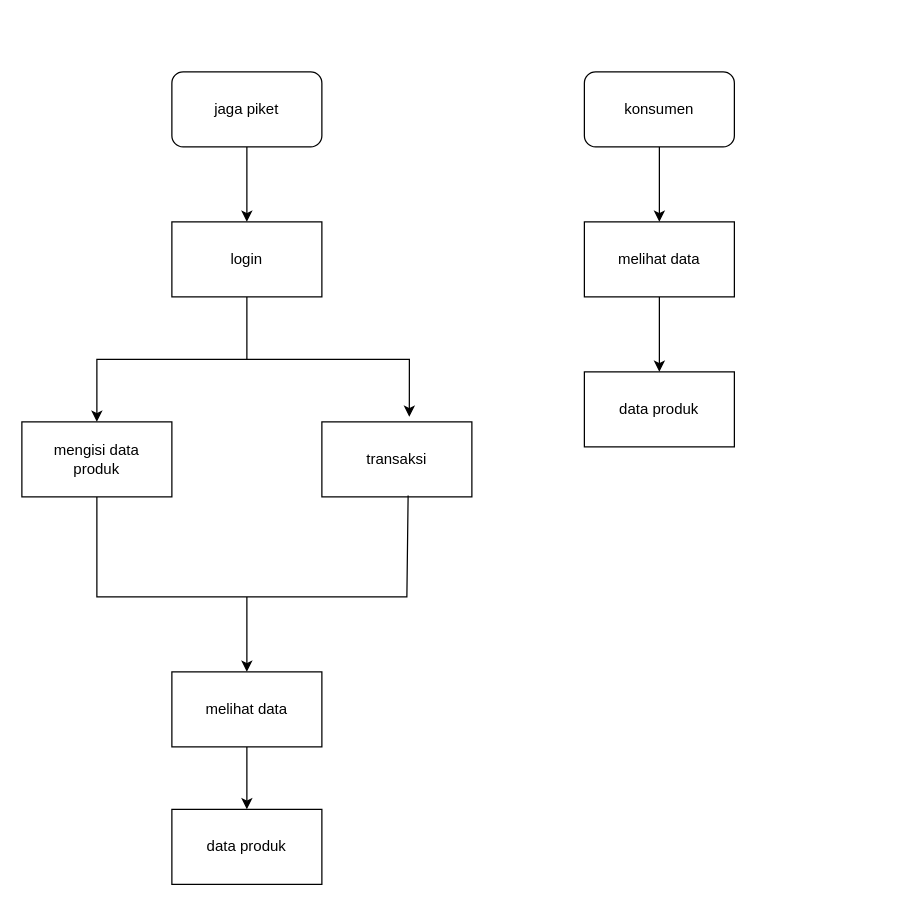
The draw.io diagram SPW_Canteen_Alur.drawio in R-TSE-Real-Time-Software-Engineers/SPW-Canteen, before the edit. Source tidied: cells renumbered, new cells numbered last; positions are measured from the earlier drawing's top-left corner, leaving out a move shared by most shapes. Both pictures are drawn from the tidied source at 125%, with x=0, y=0 at pixel (21, 71).
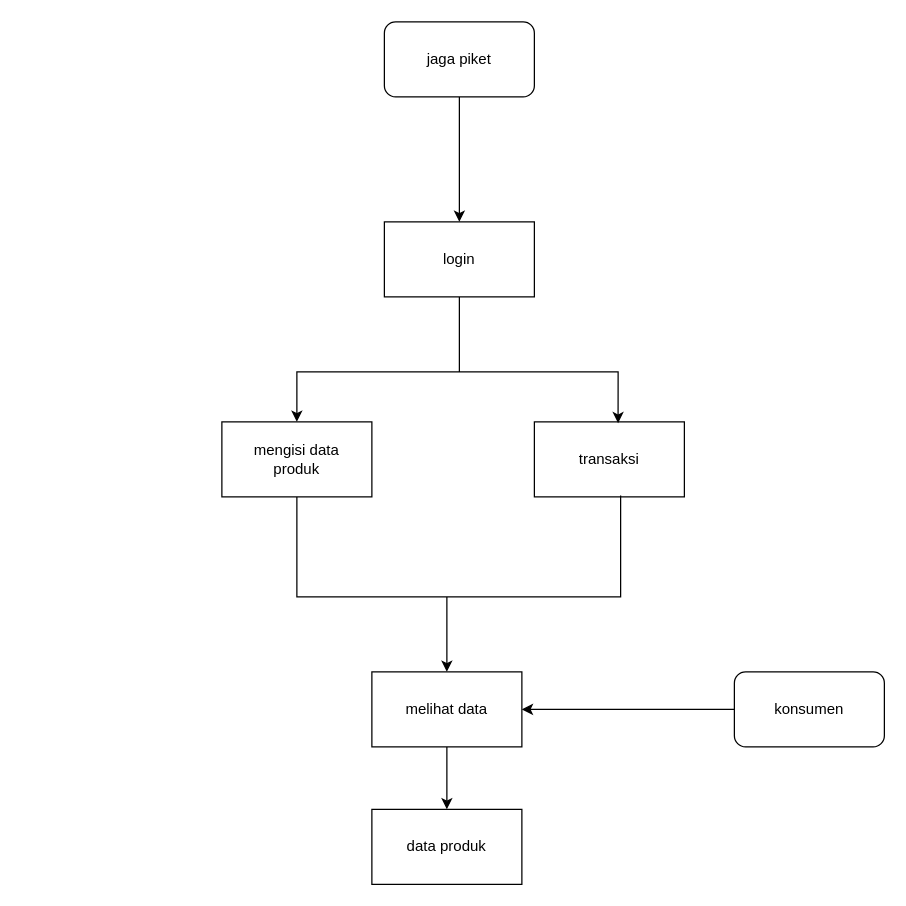
After the change.

What changed in the source:
```diff
@@
     <mxCell id="2" value="jaga piket" style="rounded=1;whiteSpace=wrap;html=1;" parent="1" vertex="1">
-      <mxGeometry x="120" width="120" height="60" as="geometry" />
+      <mxGeometry x="290" y="-40" width="120" height="60" as="geometry" />
     </mxCell>
     <mxCell id="3" value="konsumen" style="rounded=1;whiteSpace=wrap;html=1;" parent="1" vertex="1">
-      <mxGeometry x="450" width="120" height="60" as="geometry" />
+      <mxGeometry x="570" y="480" width="120" height="60" as="geometry" />
     </mxCell>
     <mxCell id="4" value="login" style="rounded=0;whiteSpace=wrap;html=1;" parent="1" vertex="1">
-      <mxGeometry x="120" y="120" width="120" height="60" as="geometry" />
+      <mxGeometry x="290" y="120" width="120" height="60" as="geometry" />
     </mxCell>
@@
     <mxCell id="6" value="mengisi data&lt;div&gt;produk&lt;/div&gt;" style="rounded=0;whiteSpace=wrap;html=1;" parent="1" vertex="1">
-      <mxGeometry y="280" width="120" height="60" as="geometry" />
+      <mxGeometry x="160" y="280" width="120" height="60" as="geometry" />
     </mxCell>
     <mxCell id="7" value="transaksi" style="rounded=0;whiteSpace=wrap;html=1;" parent="1" vertex="1">
-      <mxGeometry x="240" y="280" width="120" height="60" as="geometry" />
+      <mxGeometry x="410" y="280" width="120" height="60" as="geometry" />
     </mxCell>
     <mxCell id="8" style="endArrow=classic;html=1;rounded=0;entryX=0.5;entryY=0;entryDx=0;entryDy=0;" parent="1" edge="1" target="11">
       <mxGeometry relative="1" as="geometry">
-        <mxPoint x="180" y="420" as="sourcePoint" />
+        <mxPoint x="340" y="420" as="sourcePoint" />
       </mxGeometry>
     </mxCell>
     <mxCell id="9" style="endArrow=none;html=1;rounded=0;entryX=0.5;entryY=1;entryDx=0;entryDy=0;" parent="1" edge="1" target="4">
       <mxGeometry relative="1" as="geometry">
-        <mxPoint x="180" y="230" as="sourcePoint" />
+        <mxPoint x="350" y="240" as="sourcePoint" />
       </mxGeometry>
     </mxCell>
-    <mxCell id="10" style="endArrow=classic;startArrow=classic;html=1;rounded=0;exitX=0.5;exitY=0;exitDx=0;exitDy=0;entryX=0.583;entryY=-0.067;entryDx=0;entryDy=0;entryPerimeter=0;" parent="1" edge="1" source="6" target="7">
+    <mxCell id="10" style="endArrow=classic;startArrow=classic;html=1;rounded=0;exitX=0.5;exitY=0;exitDx=0;exitDy=0;entryX=0.558;entryY=0.017;entryDx=0;entryDy=0;entryPerimeter=0;" parent="1" edge="1" source="6" target="7">
       <mxGeometry relative="1" as="geometry">
         <Array as="points">
-          <mxPoint x="60" y="230" />
-          <mxPoint x="180" y="230" />
-          <mxPoint x="310" y="230" />
+          <mxPoint x="220" y="240" />
+          <mxPoint x="477" y="240" />
         </Array>
       </mxGeometry>
     </mxCell>
     <mxCell id="11" value="melihat data" style="rounded=0;whiteSpace=wrap;html=1;" parent="1" vertex="1">
-      <mxGeometry x="120" y="480" width="120" height="60" as="geometry" />
+      <mxGeometry x="280" y="480" width="120" height="60" as="geometry" />
     </mxCell>
     <mxCell id="12" style="endArrow=none;html=1;rounded=0;exitX=0.5;exitY=1;exitDx=0;exitDy=0;entryX=0.575;entryY=0.983;entryDx=0;entryDy=0;entryPerimeter=0;" parent="1" edge="1" source="6" target="7">
       <mxGeometry relative="1" as="geometry">
         <Array as="points">
-          <mxPoint x="60" y="420" />
-          <mxPoint x="308" y="420" />
+          <mxPoint x="220" y="420" />
+          <mxPoint x="479" y="420" />
         </Array>
       </mxGeometry>
     </mxCell>
-    <mxCell id="13" style="endArrow=classic;html=1;rounded=0;exitX=0.5;exitY=1;exitDx=0;exitDy=0;" parent="1" edge="1" source="11">
-      <mxGeometry relative="1" as="geometry">
-        <mxPoint x="180" y="590" as="targetPoint" />
-      </mxGeometry>
+    <mxCell id="13" style="endArrow=classic;html=1;rounded=0;exitX=0.5;exitY=1;exitDx=0;exitDy=0;entryX=0.5;entryY=0;entryDx=0;entryDy=0;" parent="1" edge="1" source="11" target="14">
+      <mxGeometry relative="1" as="geometry" />
     </mxCell>
     <mxCell id="14" value="data produk" style="rounded=0;whiteSpace=wrap;html=1;" parent="1" vertex="1">
-      <mxGeometry x="120" y="590" width="120" height="60" as="geometry" />
+      <mxGeometry x="280" y="590" width="120" height="60" as="geometry" />
     </mxCell>
-    <mxCell id="15" value="melihat data" style="rounded=0;whiteSpace=wrap;html=1;" parent="1" vertex="1">
-      <mxGeometry x="450" y="120" width="120" height="60" as="geometry" />
-    </mxCell>
-    <mxCell id="16" style="endArrow=classic;html=1;rounded=0;exitX=0.5;exitY=1;exitDx=0;exitDy=0;entryX=0.5;entryY=0;entryDx=0;entryDy=0;" parent="1" edge="1" source="3" target="15">
-      <mxGeometry relative="1" as="geometry" />
-    </mxCell>
-    <mxCell id="17" value="data produk" style="rounded=0;whiteSpace=wrap;html=1;" parent="1" vertex="1">
-      <mxGeometry x="450" y="240" width="120" height="60" as="geometry" />
-    </mxCell>
-    <mxCell id="18" style="endArrow=classic;html=1;rounded=0;entryX=0.5;entryY=0;entryDx=0;entryDy=0;exitX=0.5;exitY=1;exitDx=0;exitDy=0;" parent="1" edge="1" source="15" target="17">
-      <mxGeometry relative="1" as="geometry" />
-    </mxCell>
+    <mxCell id="19" style="endArrow=classic;html=1;rounded=0;entryX=1;entryY=0.5;entryDx=0;entryDy=0;exitX=0;exitY=0.5;exitDx=0;exitDy=0;" parent="1" edge="1" source="3" target="11">
+      <mxGeometry relative="1" as="geometry" />
+    </mxCell>
```
